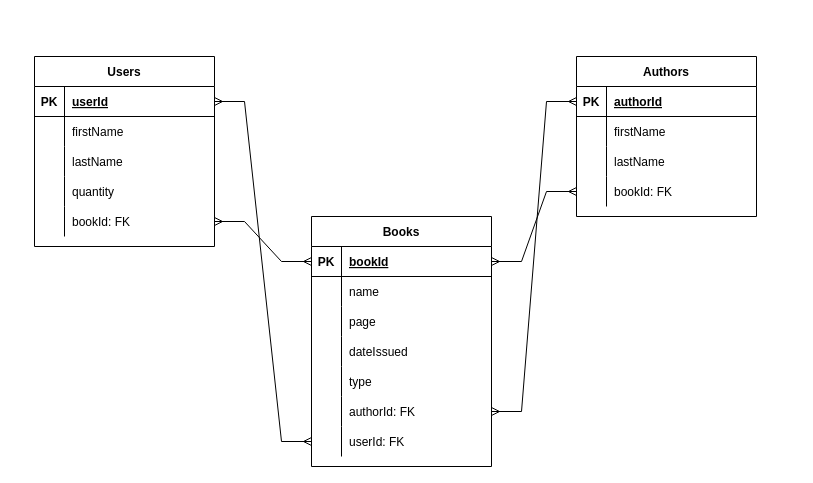
Earlier version of the draw.io diagram database.drawio (ncongduy/fs9-database-ERD-ncd). Source tidied: cells renumbered, new cells numbered last; positions are measured from the earlier drawing's top-left corner, leaving out a move shared by most shapes. Both pictures are drawn from the tidied source at 100%, with x=0, y=0 at pixel (34, 56).
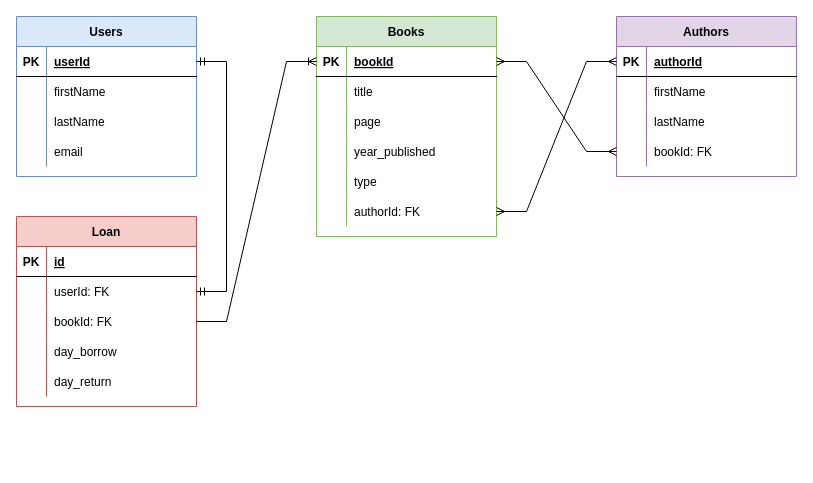
The same page after the edit.

Commit message (it also covers changes not shown here):
fix: create a new Loans table

Unchanged cells that the change refers to:
```xml
<mxCell id="3" style="shape=tableRow;horizontal=0;startSize=0;swimlaneHead=0;swimlaneBody=0;fillColor=none;points=[[0,0.5],[1,0.5]];portConstraint=eastwest;top=0;left=0;right=0;bottom=1;" parent="2" vertex="1">
  <mxGeometry y="30" width="180" height="30" as="geometry" />
</mxCell>
<mxCell id="19" style="shape=tableRow;horizontal=0;startSize=0;swimlaneHead=0;swimlaneBody=0;fillColor=none;points=[[0,0.5],[1,0.5]];portConstraint=eastwest;top=0;left=0;right=0;bottom=1;" parent="18" vertex="1">
  <mxGeometry y="30" width="180" height="30" as="geometry" />
</mxCell>
<mxCell id="22" style="shape=tableRow;horizontal=0;startSize=0;swimlaneHead=0;swimlaneBody=0;fillColor=none;top=0;left=0;right=0;bottom=0;" parent="18" vertex="1">
  <mxGeometry y="60" width="180" height="30" as="geometry" />
</mxCell>
<mxCell id="28" style="shape=tableRow;horizontal=0;startSize=0;swimlaneHead=0;swimlaneBody=0;fillColor=none;top=0;left=0;right=0;bottom=0;" parent="18" vertex="1">
  <mxGeometry y="120" width="180" height="30" as="geometry" />
</mxCell>
```

Diff of the diagram source:
```diff
@@
-<mxGraphModel>
+<mxGraphModel background="#FFFFFF">
@@
-    <mxCell id="2" value="Users" style="shape=table;startSize=30;childLayout=tableLayout;rowLines=0;fontStyle=1;align=center;" parent="1" vertex="1">
-      <mxGeometry width="180" height="190" as="geometry" />
+    <mxCell id="2" value="Users" style="shape=table;startSize=30;childLayout=tableLayout;rowLines=0;fontStyle=1;align=center;fillColor=#dae8fc;strokeColor=#6c8ebf;" parent="1" vertex="1">
+      <mxGeometry x="-18" y="-40" width="180" height="160" as="geometry" />
     </mxCell>
@@
-    <mxCell id="12" style="shape=tableRow;horizontal=0;startSize=0;swimlaneHead=0;swimlaneBody=0;fillColor=none;top=0;left=0;right=0;bottom=0;" parent="2" vertex="1">
-      <mxGeometry y="120" width="180" height="30" as="geometry" />
-    </mxCell>
-    <mxCell id="13" style="shape=partialRectangle;fillColor=none;top=0;left=0;bottom=0;right=0;overflow=hidden;" parent="12" vertex="1">
-      <mxGeometry width="30" height="30" as="geometry" />
-    </mxCell>
-    <mxCell id="14" value="quantity" style="shape=partialRectangle;fillColor=none;top=0;left=0;bottom=0;right=0;align=left;spacingLeft=6;overflow=hidden;" parent="12" vertex="1">
-      <mxGeometry x="30" width="150" height="30" as="geometry" />
-    </mxCell>
     <mxCell id="15" style="shape=tableRow;horizontal=0;startSize=0;swimlaneHead=0;swimlaneBody=0;fillColor=none;points=[[0,0.5],[1,0.5]];portConstraint=eastwest;top=0;left=0;right=0;bottom=0;" parent="2" vertex="1">
-      <mxGeometry y="150" width="180" height="30" as="geometry" />
+      <mxGeometry y="120" width="180" height="30" as="geometry" />
     </mxCell>
@@
-    <mxCell id="17" value="bookId: FK" style="shape=partialRectangle;fillColor=none;top=0;left=0;bottom=0;right=0;align=left;spacingLeft=6;overflow=hidden;" parent="15" vertex="1">
+    <mxCell id="17" value="email" style="shape=partialRectangle;fillColor=none;top=0;left=0;bottom=0;right=0;align=left;spacingLeft=6;overflow=hidden;" parent="15" vertex="1">
       <mxGeometry x="30" width="150" height="30" as="geometry" />
     </mxCell>
-    <mxCell id="18" value="Books" style="shape=table;startSize=30;childLayout=tableLayout;rowLines=0;fontStyle=1;align=center;" parent="1" vertex="1">
-      <mxGeometry x="277" y="160" width="180" height="250" as="geometry" />
+    <mxCell id="18" value="Books" style="shape=table;startSize=30;childLayout=tableLayout;rowLines=0;fontStyle=1;align=center;fillColor=#d5e8d4;strokeColor=#82b366;" parent="1" vertex="1">
+      <mxGeometry x="282" y="-40" width="180" height="220" as="geometry" />
     </mxCell>
@@
-    <mxCell id="24" value="name" style="shape=partialRectangle;fillColor=none;top=0;left=0;bottom=0;right=0;align=left;spacingLeft=6;overflow=hidden;" parent="22" vertex="1">
+    <mxCell id="24" value="title" style="shape=partialRectangle;fillColor=none;top=0;left=0;bottom=0;right=0;align=left;spacingLeft=6;overflow=hidden;" parent="22" vertex="1">
       <mxGeometry x="30" width="150" height="30" as="geometry" />
     </mxCell>
@@
-    <mxCell id="30" value="dateIssued" style="shape=partialRectangle;fillColor=none;top=0;left=0;bottom=0;right=0;align=left;spacingLeft=6;overflow=hidden;" parent="28" vertex="1">
+    <mxCell id="30" value="year_published" style="shape=partialRectangle;fillColor=none;top=0;left=0;bottom=0;right=0;align=left;spacingLeft=6;overflow=hidden;" parent="28" vertex="1">
       <mxGeometry x="30" width="150" height="30" as="geometry" />
     </mxCell>
@@
-    <mxCell id="37" style="shape=tableRow;horizontal=0;startSize=0;swimlaneHead=0;swimlaneBody=0;fillColor=none;points=[[0,0.5],[1,0.5]];portConstraint=eastwest;top=0;left=0;right=0;bottom=0;" parent="18" vertex="1">
-      <mxGeometry y="210" width="180" height="30" as="geometry" />
-    </mxCell>
-    <mxCell id="38" style="shape=partialRectangle;fillColor=none;top=0;left=0;bottom=0;right=0;overflow=hidden;" parent="37" vertex="1">
-      <mxGeometry width="30" height="30" as="geometry" />
-    </mxCell>
-    <mxCell id="39" value="userId: FK" style="shape=partialRectangle;fillColor=none;top=0;left=0;bottom=0;right=0;align=left;spacingLeft=6;overflow=hidden;" parent="37" vertex="1">
-      <mxGeometry x="30" width="150" height="30" as="geometry" />
-    </mxCell>
-    <mxCell id="40" value="Authors" style="shape=table;startSize=30;childLayout=tableLayout;rowLines=0;fontStyle=1;align=center;" parent="1" vertex="1">
-      <mxGeometry x="542" width="180" height="160" as="geometry" />
+    <mxCell id="40" value="Authors" style="shape=table;startSize=30;childLayout=tableLayout;rowLines=0;fontStyle=1;align=center;fillColor=#e1d5e7;strokeColor=#9673a6;gradientColor=none;" parent="1" vertex="1">
+      <mxGeometry x="582" y="-40" width="180" height="160" as="geometry" />
     </mxCell>
@@
-    <mxCell id="53" style="edgeStyle=entityRelationEdgeStyle;fontSize=12;html=1;endArrow=ERmany;startArrow=ERmany;rounded=0;entryX=1;entryY=0.5;entryDx=0;entryDy=0;exitX=0;exitY=0.5;exitDx=0;exitDy=0;" parent="1" edge="1" source="19" target="15">
-      <mxGeometry relative="1" as="geometry" />
-    </mxCell>
@@
-    <mxCell id="55" style="edgeStyle=entityRelationEdgeStyle;fontSize=12;html=1;endArrow=ERmany;startArrow=ERmany;rounded=0;entryX=1;entryY=0.5;entryDx=0;entryDy=0;exitX=0;exitY=0.5;exitDx=0;exitDy=0;" parent="1" edge="1" source="37" target="3">
-      <mxGeometry relative="1" as="geometry" />
-    </mxCell>
@@
+    <mxCell id="57" value="Loan" style="shape=table;startSize=30;childLayout=tableLayout;rowLines=0;fontStyle=1;align=center;fillColor=#f8cecc;strokeColor=#b85450;" parent="1" vertex="1">
+      <mxGeometry x="-18" y="160" width="180" height="190" as="geometry" />
+    </mxCell>
+    <mxCell id="58" style="shape=tableRow;horizontal=0;startSize=0;swimlaneHead=0;swimlaneBody=0;fillColor=none;top=0;left=0;right=0;bottom=1;" parent="57" vertex="1">
+      <mxGeometry y="30" width="180" height="30" as="geometry" />
+    </mxCell>
+    <mxCell id="59" value="PK" style="shape=partialRectangle;fillColor=none;top=0;left=0;bottom=0;right=0;fontStyle=1;overflow=hidden;" parent="58" vertex="1">
+      <mxGeometry width="30" height="30" as="geometry" />
+    </mxCell>
+    <mxCell id="60" value="id" style="shape=partialRectangle;fillColor=none;top=0;left=0;bottom=0;right=0;align=left;spacingLeft=6;fontStyle=5;overflow=hidden;" parent="58" vertex="1">
+      <mxGeometry x="30" width="150" height="30" as="geometry" />
+    </mxCell>
+    <mxCell id="61" style="shape=tableRow;horizontal=0;startSize=0;swimlaneHead=0;swimlaneBody=0;fillColor=none;points=[[0,0.5],[1,0.5]];portConstraint=eastwest;top=0;left=0;right=0;bottom=0;" parent="57" vertex="1">
+      <mxGeometry y="60" width="180" height="30" as="geometry" />
+    </mxCell>
+    <mxCell id="62" style="shape=partialRectangle;fillColor=none;top=0;left=0;bottom=0;right=0;overflow=hidden;" parent="61" vertex="1">
+      <mxGeometry width="30" height="30" as="geometry" />
+    </mxCell>
+    <mxCell id="39" value="userId: FK" style="shape=partialRectangle;fillColor=none;top=0;left=0;bottom=0;right=0;align=left;spacingLeft=6;overflow=hidden;" parent="61" vertex="1">
+      <mxGeometry x="30" width="150" height="30" as="geometry" />
+    </mxCell>
+    <mxCell id="63" style="shape=tableRow;horizontal=0;startSize=0;swimlaneHead=0;swimlaneBody=0;fillColor=none;points=[[0,0.5],[1,0.5]];portConstraint=eastwest;top=0;left=0;right=0;bottom=0;" parent="57" vertex="1">
+      <mxGeometry y="90" width="180" height="30" as="geometry" />
+    </mxCell>
+    <mxCell id="64" style="shape=partialRectangle;fillColor=none;top=0;left=0;bottom=0;right=0;overflow=hidden;" parent="63" vertex="1">
+      <mxGeometry width="30" height="30" as="geometry" />
+    </mxCell>
+    <mxCell id="65" value="bookId: FK" style="shape=partialRectangle;fillColor=none;top=0;left=0;bottom=0;right=0;align=left;spacingLeft=6;overflow=hidden;" parent="63" vertex="1">
+      <mxGeometry x="30" width="150" height="30" as="geometry" />
+    </mxCell>
+    <mxCell id="12" style="shape=tableRow;horizontal=0;startSize=0;swimlaneHead=0;swimlaneBody=0;fillColor=none;top=0;left=0;right=0;bottom=0;" parent="57" vertex="1">
+      <mxGeometry y="120" width="180" height="30" as="geometry" />
+    </mxCell>
+    <mxCell id="66" style="shape=partialRectangle;fillColor=none;top=0;left=0;bottom=0;right=0;overflow=hidden;" parent="12" vertex="1">
+      <mxGeometry width="30" height="30" as="geometry" />
+    </mxCell>
+    <mxCell id="67" value="day_borrow" style="shape=partialRectangle;fillColor=none;top=0;left=0;bottom=0;right=0;align=left;spacingLeft=6;overflow=hidden;" parent="12" vertex="1">
+      <mxGeometry x="30" width="150" height="30" as="geometry" />
+    </mxCell>
+    <mxCell id="68" style="shape=tableRow;horizontal=0;startSize=0;swimlaneHead=0;swimlaneBody=0;fillColor=none;top=0;left=0;right=0;bottom=0;" parent="57" vertex="1">
+      <mxGeometry y="150" width="180" height="30" as="geometry" />
+    </mxCell>
+    <mxCell id="69" style="shape=partialRectangle;fillColor=none;top=0;left=0;bottom=0;right=0;overflow=hidden;" parent="68" vertex="1">
+      <mxGeometry width="30" height="30" as="geometry" />
+    </mxCell>
+    <mxCell id="70" value="day_return" style="shape=partialRectangle;fillColor=none;top=0;left=0;bottom=0;right=0;align=left;spacingLeft=6;overflow=hidden;" parent="68" vertex="1">
+      <mxGeometry x="30" width="150" height="30" as="geometry" />
+    </mxCell>
+    <mxCell id="71" style="edgeStyle=entityRelationEdgeStyle;fontSize=12;html=1;endArrow=ERoneToMany;rounded=0;exitX=1;exitY=0.5;exitDx=0;exitDy=0;entryX=0;entryY=0.5;entryDx=0;entryDy=0;" parent="1" edge="1" source="63" target="19">
+      <mxGeometry relative="1" as="geometry" />
+    </mxCell>
+    <mxCell id="72" style="edgeStyle=entityRelationEdgeStyle;fontSize=12;html=1;endArrow=ERmandOne;startArrow=ERmandOne;rounded=0;entryX=1;entryY=0.5;entryDx=0;entryDy=0;exitX=1;exitY=0.5;exitDx=0;exitDy=0;" parent="1" edge="1" source="61" target="3">
+      <mxGeometry relative="1" as="geometry" />
+    </mxCell>
```
